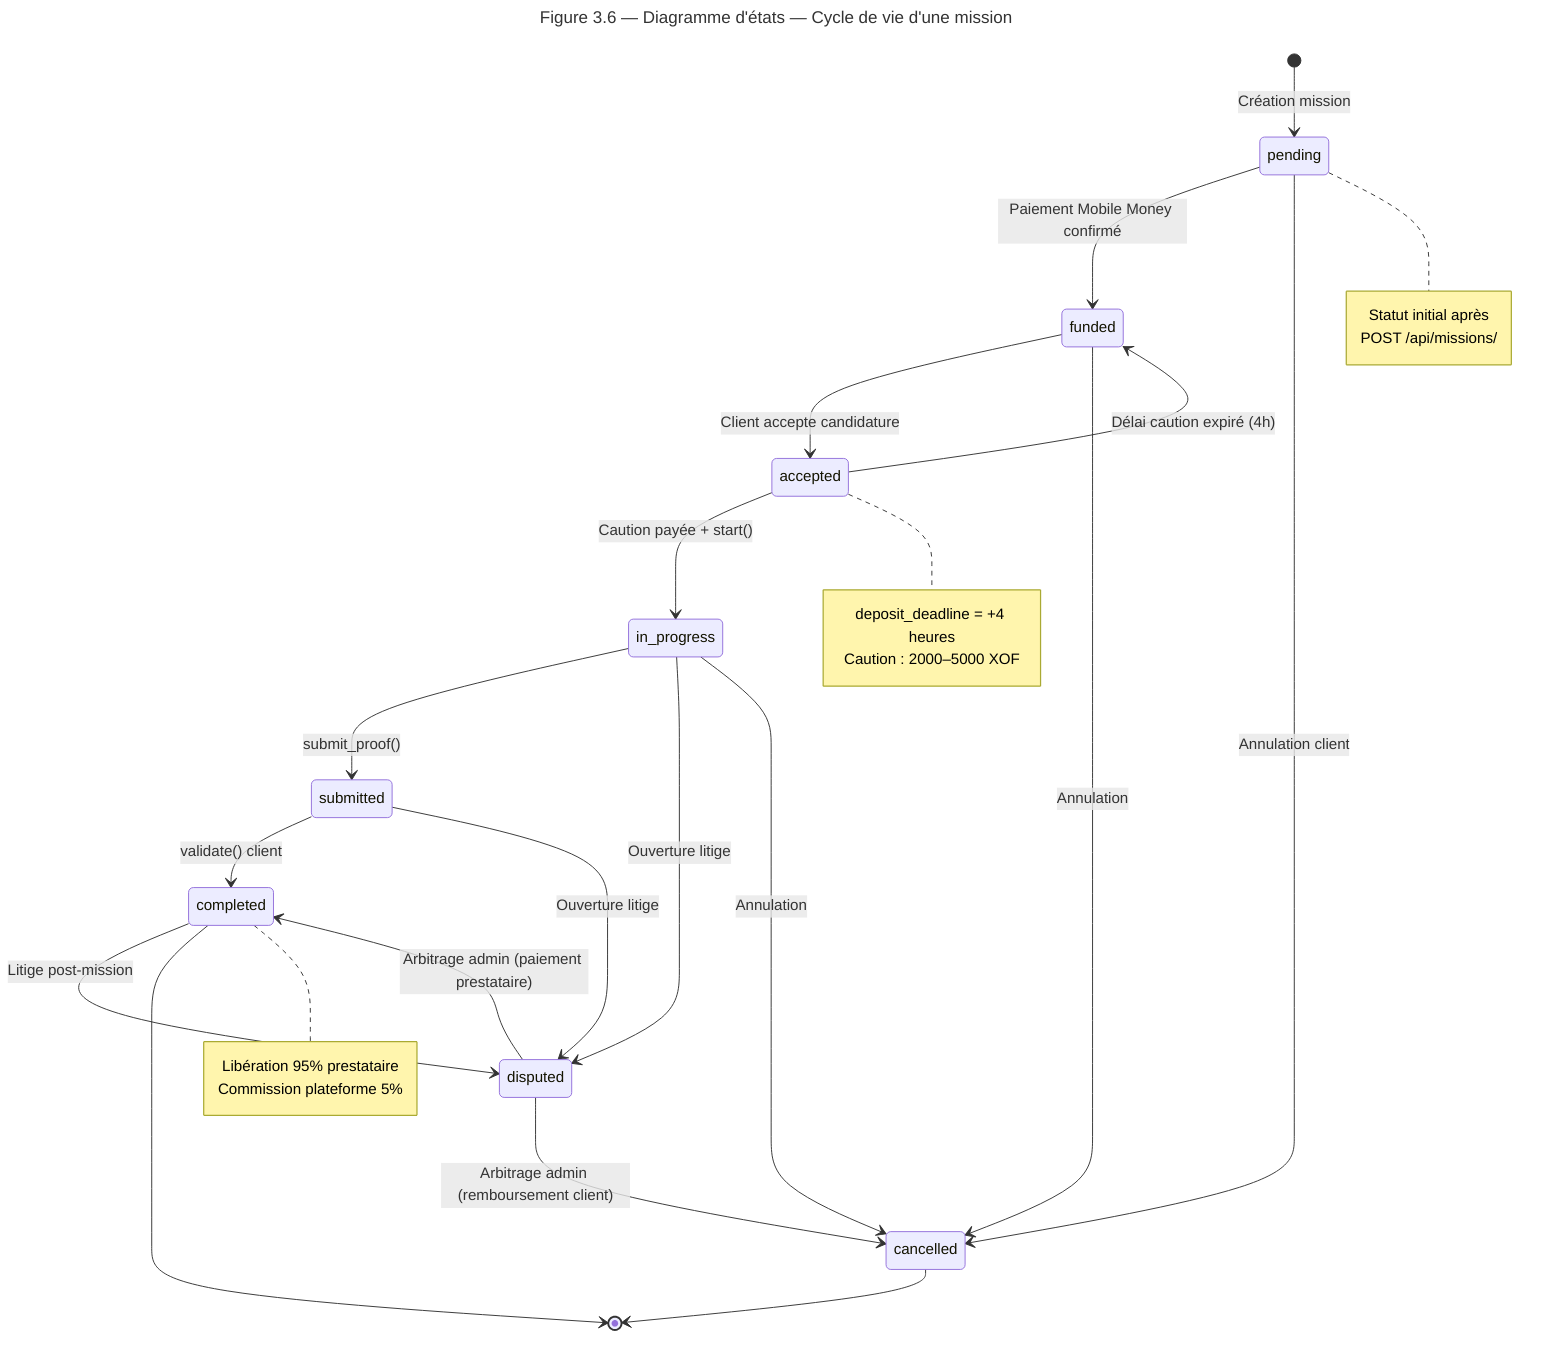
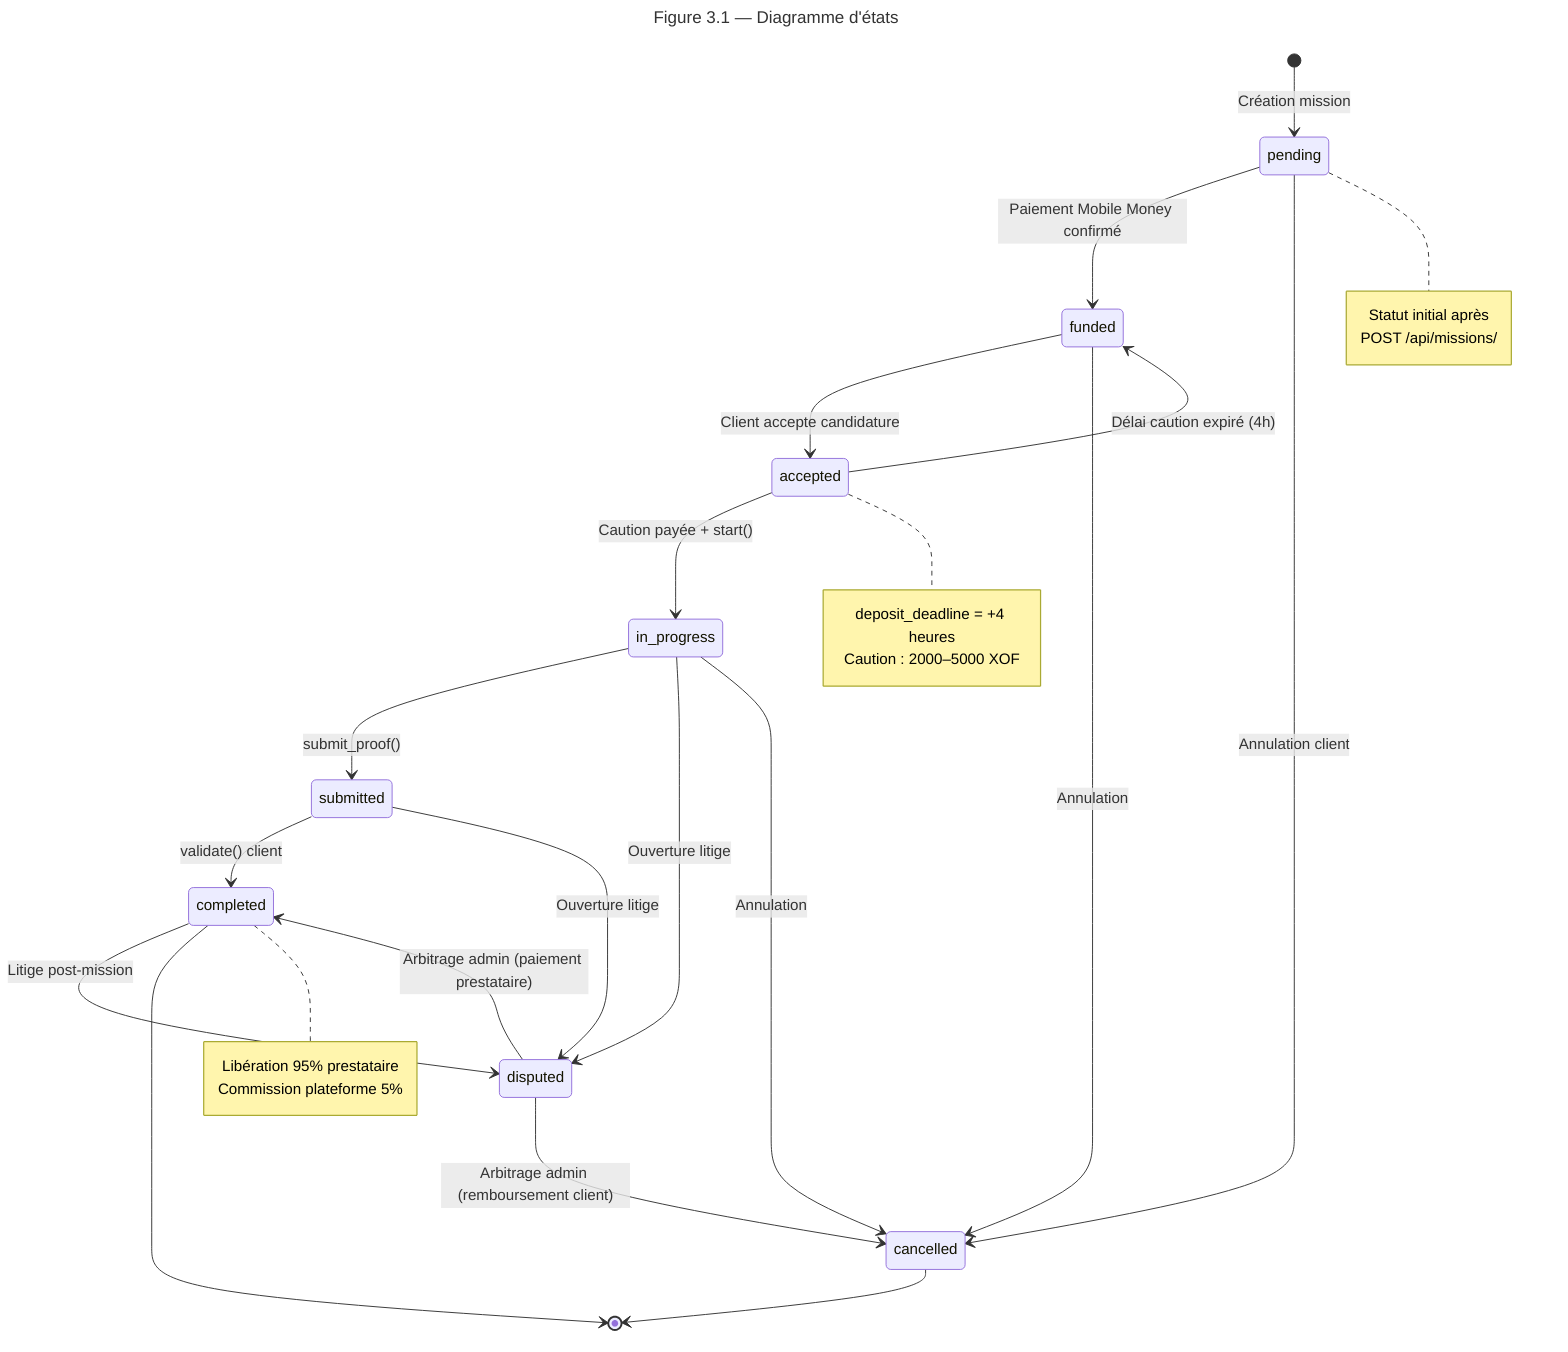
---
- title: Figure 3.6 — Diagramme d'états — Cycle de vie d'une mission
+ title: Figure 3.1 — Diagramme d'états
---
stateDiagram-v2
    [*] --> pending : Création mission

    pending --> funded : Paiement Mobile Money confirmé
    pending --> cancelled : Annulation client

    funded --> accepted : Client accepte candidature
    funded --> cancelled : Annulation

    accepted --> in_progress : Caution payée + start()
    accepted --> funded : Délai caution expiré (4h)

    in_progress --> submitted : submit_proof()
    in_progress --> disputed : Ouverture litige
    in_progress --> cancelled : Annulation

    submitted --> completed : validate() client
    submitted --> disputed : Ouverture litige

    completed --> disputed : Litige post-mission

    disputed --> completed : Arbitrage admin (paiement prestataire)
    disputed --> cancelled : Arbitrage admin (remboursement client)

    completed --> [*]
    cancelled --> [*]

    note right of pending
        Statut initial après
        POST /api/missions/
    end note

    note right of accepted
        deposit_deadline = +4 heures
        Caution : 2000–5000 XOF
    end note

    note right of completed
        Libération 95% prestataire
        Commission plateforme 5%
    end note
